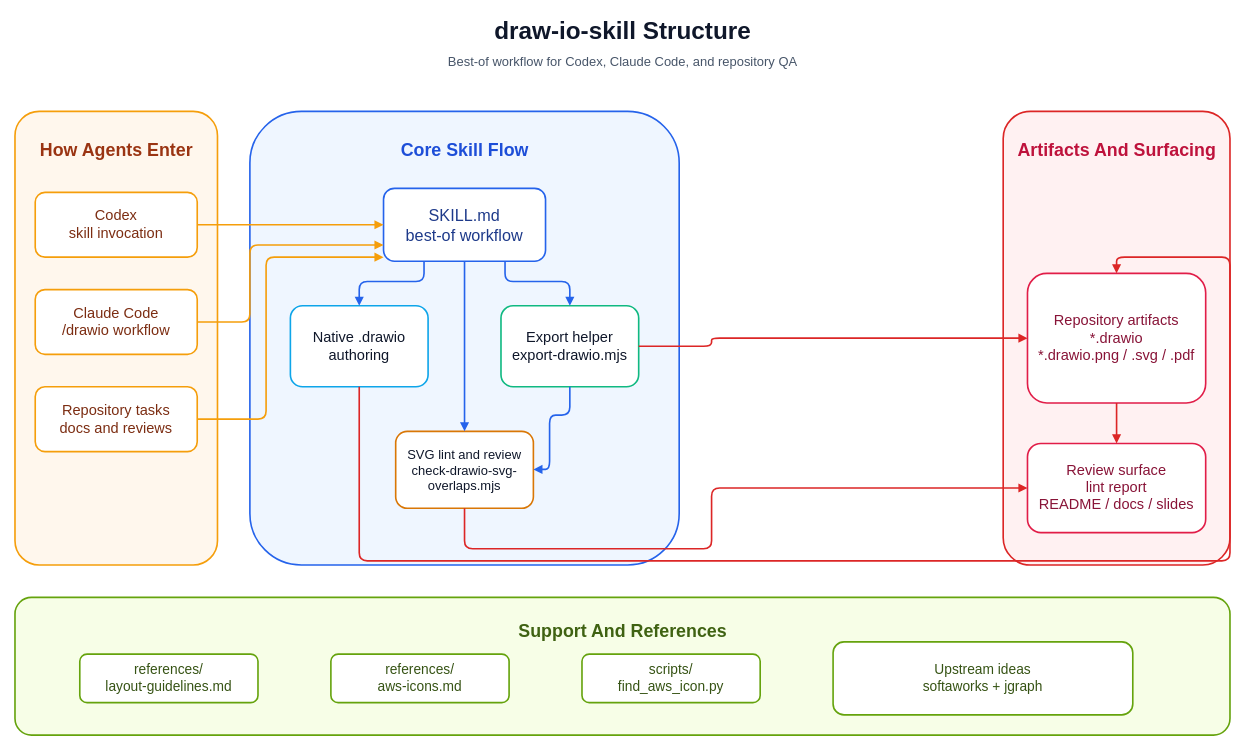
This is assets/draw-io-skill-structure.drawio from Sunwood-ai-labs/draw-io-skill, a draw.io file, before an edit. Source tidied: cells renumbered, new cells numbered last; positions are measured from the earlier drawing's top-left corner, leaving out a move shared by most shapes. Both pictures are drawn from the tidied source at 81%, with x=0, y=0 at pixel (15, 14).
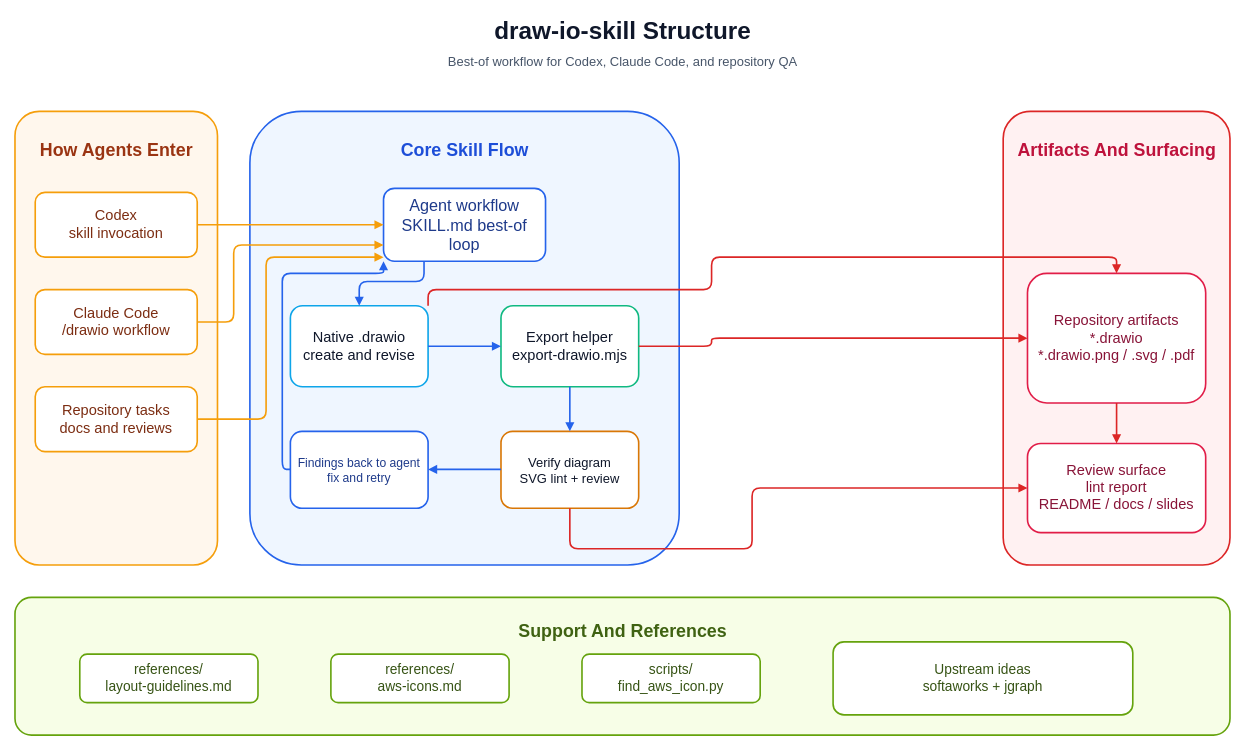
The same diagram, later.

Commit message (it also covers changes not shown here):
🔁 Clarify diagram validation feedback loop

What changed in the source:
```diff
@@
-    <mxCell id="15" value="SKILL.md&lt;br&gt;best-of workflow" style="rounded=1;whiteSpace=wrap;html=1;fillColor=#ffffff;strokeColor=#2563eb;strokeWidth=2;fontSize=20;fontFamily=Noto Sans JP;fontColor=#1e3a8a;align=center;verticalAlign=middle;spacing=8;" parent="1" vertex="1">
+    <mxCell id="15" value="Agent workflow&lt;br&gt;SKILL.md best-of loop" style="rounded=1;whiteSpace=wrap;html=1;fillColor=#ffffff;strokeColor=#2563eb;strokeWidth=2;fontSize=20;fontFamily=Noto Sans JP;fontColor=#1e3a8a;align=center;verticalAlign=middle;spacing=8;" parent="1" vertex="1">
       <mxGeometry x="455" y="215" width="200" height="90" as="geometry" />
     </mxCell>
-    <mxCell id="16" value="Native .drawio&lt;br&gt;authoring" style="rounded=1;whiteSpace=wrap;html=1;fillColor=#ffffff;strokeColor=#0ea5e9;strokeWidth=2;fontSize=18;fontFamily=Noto Sans JP;fontColor=#0f172a;align=center;verticalAlign=middle;spacing=8;" parent="1" vertex="1">
+    <mxCell id="16" value="Native .drawio&lt;br&gt;create and revise" style="rounded=1;whiteSpace=wrap;html=1;fillColor=#ffffff;strokeColor=#0ea5e9;strokeWidth=2;fontSize=18;fontFamily=Noto Sans JP;fontColor=#0f172a;align=center;verticalAlign=middle;spacing=8;" parent="1" vertex="1">
       <mxGeometry x="340" y="360" width="170" height="100" as="geometry" />
     </mxCell>
@@
-    <mxCell id="18" value="SVG lint and review&lt;br&gt;check-drawio-svg-overlaps.mjs" style="rounded=1;whiteSpace=wrap;html=1;fillColor=#ffffff;strokeColor=#d97706;strokeWidth=2;fontSize=16;fontFamily=Noto Sans JP;fontColor=#0f172a;align=center;verticalAlign=middle;spacing=8;" parent="1" vertex="1">
-      <mxGeometry x="470" y="515" width="170" height="95" as="geometry" />
+    <mxCell id="18" value="Verify diagram&lt;br&gt;SVG lint + review" style="rounded=1;whiteSpace=wrap;html=1;fillColor=#ffffff;strokeColor=#d97706;strokeWidth=2;fontSize=16;fontFamily=Noto Sans JP;fontColor=#0f172a;align=center;verticalAlign=middle;spacing=8;" parent="1" vertex="1">
+      <mxGeometry x="600" y="515" width="170" height="95" as="geometry" />
     </mxCell>
+    <mxCell id="36" value="Findings back to agent&lt;br&gt;fix and retry" style="rounded=1;whiteSpace=wrap;html=1;fillColor=#ffffff;strokeColor=#2563eb;strokeWidth=2;fontSize=15;fontFamily=Noto Sans JP;fontColor=#1e3a8a;align=center;verticalAlign=middle;spacing=8;" parent="1" vertex="1">
+      <mxGeometry x="340" y="515" width="170" height="95" as="geometry" />
+    </mxCell>
@@
     <mxCell id="26" style="edgeStyle=orthogonalEdgeStyle;rounded=1;orthogonalLoop=1;jettySize=auto;html=1;endArrow=block;endFill=1;strokeWidth=2;strokeColor=#f59e0b;" parent="1" edge="1">
       <mxGeometry relative="1" as="geometry">
         <mxPoint x="225" y="380" as="sourcePoint" />
         <mxPoint x="455" y="285" as="targetPoint" />
         <Array as="points">
-          <mxPoint x="290" y="380" />
-          <mxPoint x="290" y="285" />
+          <mxPoint x="270" y="380" />
+          <mxPoint x="270" y="285" />
         </Array>
       </mxGeometry>
     </mxCell>
@@
-    <mxCell id="29" style="edgeStyle=orthogonalEdgeStyle;rounded=1;orthogonalLoop=1;jettySize=auto;html=1;endArrow=block;endFill=1;strokeWidth=2;strokeColor=#2563eb;" parent="1" edge="1">
-      <mxGeometry relative="1" as="geometry">
-        <mxPoint x="605" y="305" as="sourcePoint" />
-        <mxPoint x="685" y="360" as="targetPoint" />
-        <Array as="points">
-          <mxPoint x="605" y="330" />
-          <mxPoint x="685" y="330" />
-        </Array>
-      </mxGeometry>
-    </mxCell>
-    <mxCell id="30" style="edgeStyle=orthogonalEdgeStyle;rounded=1;orthogonalLoop=1;jettySize=auto;html=1;endArrow=block;endFill=1;strokeWidth=2;strokeColor=#2563eb;" parent="1" edge="1">
-      <mxGeometry relative="1" as="geometry">
-        <mxPoint x="555" y="305" as="sourcePoint" />
-        <mxPoint x="555" y="515" as="targetPoint" />
-      </mxGeometry>
-    </mxCell>
+    <mxCell id="37" style="edgeStyle=orthogonalEdgeStyle;rounded=1;orthogonalLoop=1;jettySize=auto;html=1;endArrow=block;endFill=1;strokeWidth=2;strokeColor=#2563eb;" parent="1" edge="1">
+      <mxGeometry relative="1" as="geometry">
+        <mxPoint x="510" y="410" as="sourcePoint" />
+        <mxPoint x="600" y="410" as="targetPoint" />
+      </mxGeometry>
+    </mxCell>
+    <mxCell id="38" style="edgeStyle=orthogonalEdgeStyle;rounded=1;orthogonalLoop=1;jettySize=auto;html=1;endArrow=block;endFill=1;strokeWidth=2;strokeColor=#2563eb;" parent="1" edge="1">
+      <mxGeometry relative="1" as="geometry">
+        <mxPoint x="340" y="562" as="sourcePoint" />
+        <mxPoint x="455" y="305" as="targetPoint" />
+        <Array as="points">
+          <mxPoint x="330" y="562" />
+          <mxPoint x="330" y="320" />
+          <mxPoint x="455" y="320" />
+        </Array>
+      </mxGeometry>
+    </mxCell>
     <mxCell id="31" style="edgeStyle=orthogonalEdgeStyle;rounded=1;orthogonalLoop=1;jettySize=auto;html=1;endArrow=block;endFill=1;strokeWidth=2;strokeColor=#2563eb;" parent="1" edge="1">
       <mxGeometry relative="1" as="geometry">
         <mxPoint x="685" y="460" as="sourcePoint" />
-        <mxPoint x="640" y="562" as="targetPoint" />
-        <Array as="points">
-          <mxPoint x="685" y="495" />
-          <mxPoint x="660" y="495" />
-          <mxPoint x="660" y="562" />
-        </Array>
+        <mxPoint x="685" y="515" as="targetPoint" />
       </mxGeometry>
     </mxCell>
+    <mxCell id="39" style="edgeStyle=orthogonalEdgeStyle;rounded=1;orthogonalLoop=1;jettySize=auto;html=1;endArrow=block;endFill=1;strokeWidth=2;strokeColor=#2563eb;" parent="1" edge="1">
+      <mxGeometry relative="1" as="geometry">
+        <mxPoint x="600" y="562" as="sourcePoint" />
+        <mxPoint x="510" y="562" as="targetPoint" />
+      </mxGeometry>
+    </mxCell>
     <mxCell id="32" style="edgeStyle=orthogonalEdgeStyle;rounded=1;orthogonalLoop=1;jettySize=auto;html=1;endArrow=block;endFill=1;strokeWidth=2;strokeColor=#dc2626;" parent="1" edge="1">
       <mxGeometry relative="1" as="geometry">
-        <mxPoint x="425" y="460" as="sourcePoint" />
+        <mxPoint x="510" y="360" as="sourcePoint" />
         <mxPoint x="1360" y="320" as="targetPoint" />
         <Array as="points">
-          <mxPoint x="425" y="675" />
-          <mxPoint x="1500" y="675" />
-          <mxPoint x="1500" y="300" />
+          <mxPoint x="510" y="340" />
+          <mxPoint x="860" y="340" />
+          <mxPoint x="860" y="300" />
           <mxPoint x="1360" y="300" />
         </Array>
       </mxGeometry>
     </mxCell>
@@
     <mxCell id="34" style="edgeStyle=orthogonalEdgeStyle;rounded=1;orthogonalLoop=1;jettySize=auto;html=1;endArrow=block;endFill=1;strokeWidth=2;strokeColor=#dc2626;" parent="1" edge="1">
       <mxGeometry relative="1" as="geometry">
-        <mxPoint x="555" y="610" as="sourcePoint" />
+        <mxPoint x="685" y="610" as="sourcePoint" />
         <mxPoint x="1250" y="585" as="targetPoint" />
         <Array as="points">
-          <mxPoint x="555" y="660" />
-          <mxPoint x="860" y="660" />
-          <mxPoint x="860" y="585" />
+          <mxPoint x="685" y="660" />
+          <mxPoint x="910" y="660" />
+          <mxPoint x="910" y="585" />
         </Array>
       </mxGeometry>
     </mxCell>
```
